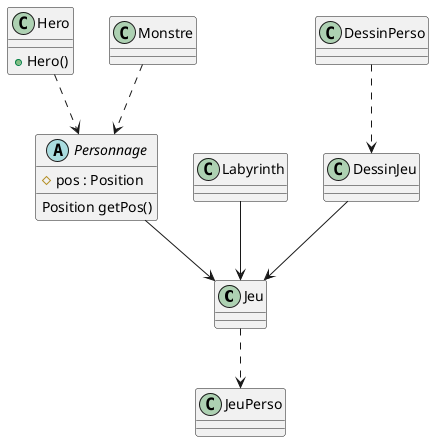
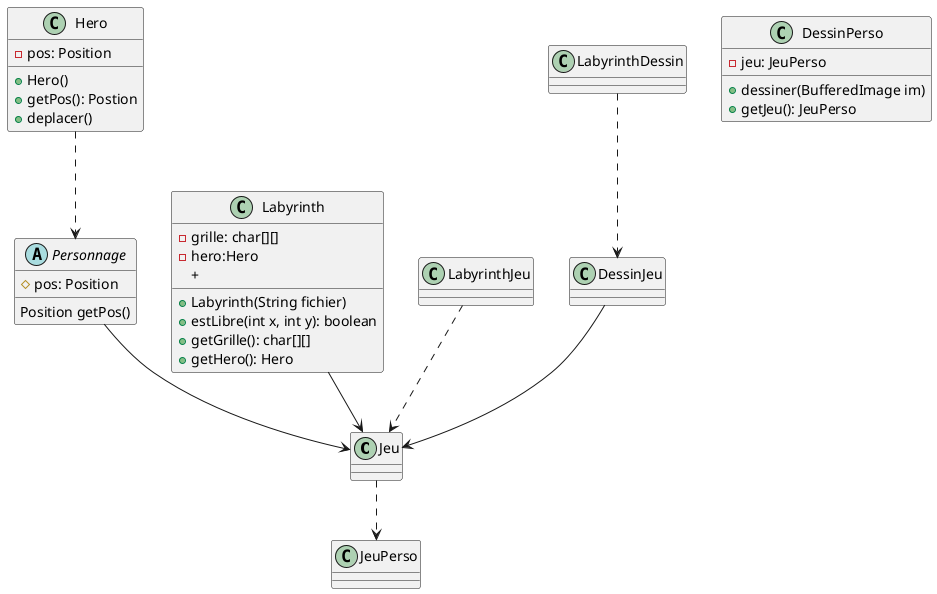
@startuml
'https://plantuml.com/class-diagram

class Jeu

abstract Personnage{
- #pos : Position
- 
-   Position getPos()
- 
+ #pos: Position
+ Position getPos()
}
class Hero{
- + Hero()
- }
- class Monstre{
+ -pos: Position
+ +Hero()
+ +getPos(): Postion
+ +deplacer()
}

class Labyrinth{
- 
+ -grille: char[][]
+ -hero:Hero
+ +Labyrinth(String fichier)
+ +estLibre(int x, int y): boolean
+ +getGrille(): char[][]
+ +getHero(): Hero
+ +
+ }
+ class LabyrinthJeu{
+ }
+ class LabyrinthDessin{
}

- class DessinPerso{
- }
class DessinJeu{
}
- 
+ class DessinPerso{
+ -jeu: JeuPerso
+ +dessiner(BufferedImage im)
+ +getJeu(): JeuPerso
+ }
class JeuPerso{
}

Hero ..> Personnage
- Monstre ..> Personnage
Personnage --> Jeu
Labyrinth --> Jeu
Jeu ..> JeuPerso
- DessinPerso..>DessinJeu
DessinJeu-->Jeu
+ LabyrinthJeu..>Jeu
+ LabyrinthDessin..>DessinJeu


@enduml